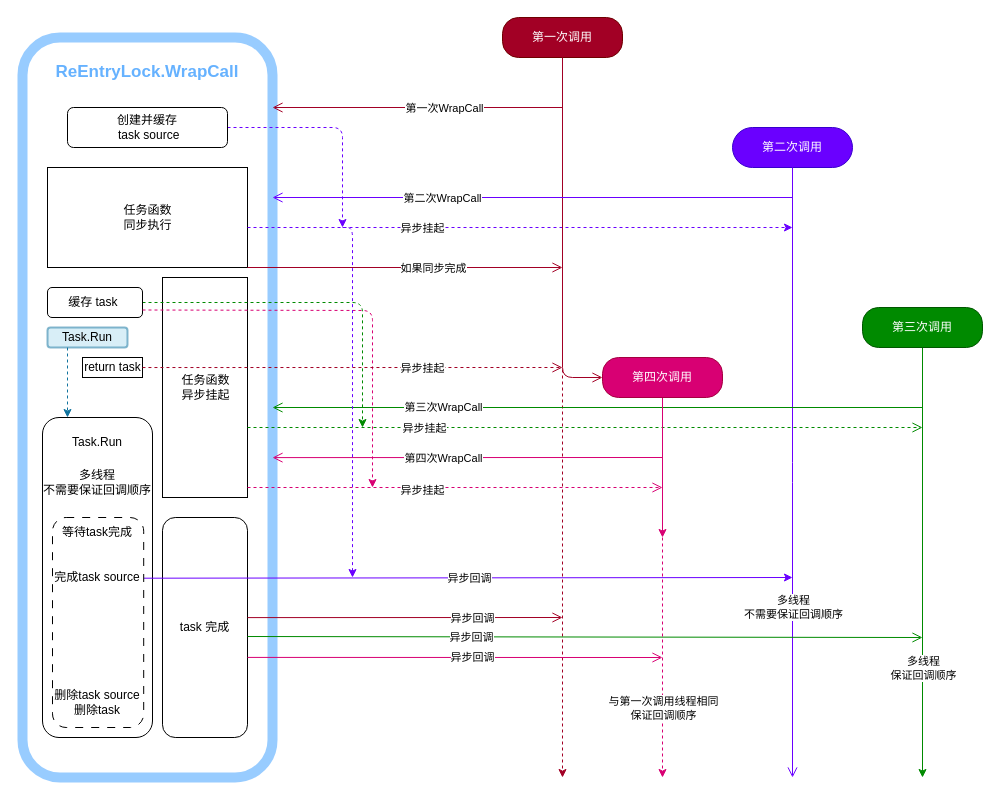
0x3f3f3f3f/Megumin.Common keeps this draw.io diagram as Runtime/ReEntryLock.drawio. Above is the earlier version. Source tidied: cells renumbered, new cells numbered last; positions are measured from the earlier drawing's top-left corner, leaving out a move shared by most shapes. Both pictures are drawn from the tidied source at 100%, with x=0, y=0 at pixel (22, 17).
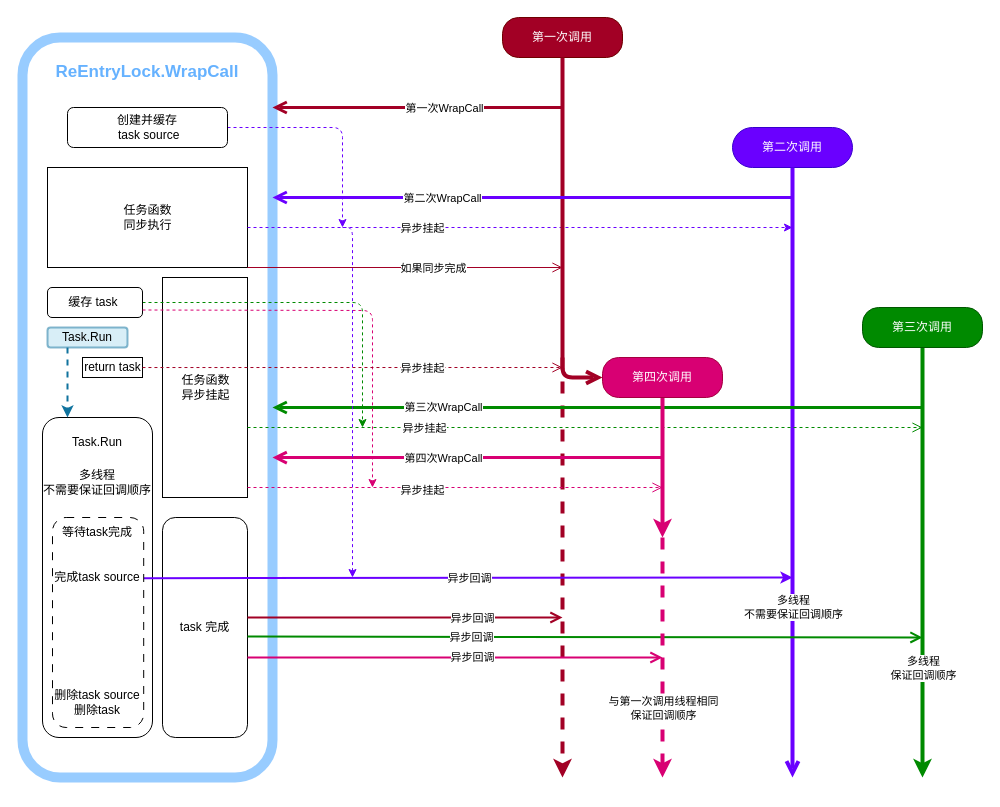
Above is the later version.

Commit message:
修正线条宽度

Unchanged cells that the change refers to:
```xml
<mxCell id="2" style="html=1;points=[];perimeter=orthogonalPerimeter;align=center;strokeWidth=10;fillColor=none;opacity=50;strokeColor=#3399FF;rounded=1;" parent="1" vertex="1">
  <mxGeometry y="20" width="250" height="740" as="geometry" />
</mxCell>
<mxCell id="14" value="task 完成" style="rounded=1;whiteSpace=wrap;html=1;" parent="1" vertex="1">
  <mxGeometry x="140" y="500" width="85" height="220" as="geometry" />
</mxCell>
<mxCell id="16" value="第一次调用" style="rounded=1;whiteSpace=wrap;html=1;arcSize=40;fontColor=#ffffff;fillColor=#a20025;strokeColor=#6F0000;" parent="1" vertex="1">
  <mxGeometry x="480" width="120" height="40" as="geometry" />
</mxCell>
<mxCell id="18" value="第二次调用" style="rounded=1;whiteSpace=wrap;html=1;arcSize=50;fontColor=#ffffff;fillColor=#6a00ff;strokeColor=#3700CC;" parent="1" vertex="1">
  <mxGeometry x="710" y="110" width="120" height="40" as="geometry" />
</mxCell>
<mxCell id="25" style="rounded=1;whiteSpace=wrap;html=1;dashed=1;dashPattern=8 8;" parent="1" vertex="1">
  <mxGeometry x="30" y="500" width="91.2" height="210" as="geometry" />
</mxCell>
<mxCell id="28" value="第三次调用" style="rounded=1;whiteSpace=wrap;html=1;arcSize=40;fontColor=#ffffff;fillColor=#008A00;strokeColor=#005700;" parent="1" vertex="1">
  <mxGeometry x="840" y="290" width="120" height="40" as="geometry" />
</mxCell>
<mxCell id="36" value="第四次调用" style="rounded=1;whiteSpace=wrap;html=1;arcSize=40;fontColor=#ffffff;fillColor=#D80073;strokeColor=#A50040;" parent="1" vertex="1">
  <mxGeometry x="580" y="340" width="120" height="40" as="geometry" />
</mxCell>
<mxCell id="56" value="Task.Run" style="rounded=1;whiteSpace=wrap;html=1;strokeWidth=2;fillColor=#b1ddf0;opacity=50;strokeColor=#10739e;" parent="1" vertex="1">
  <mxGeometry x="25" y="310" width="80" height="20" as="geometry" />
</mxCell>
```

What changed in the source:
```diff
@@
-    <mxCell id="4" style="html=1;verticalAlign=bottom;endArrow=open;fillColor=#a20025;strokeColor=#A20025;endSize=8;" parent="1" edge="1">
+    <mxCell id="4" style="html=1;verticalAlign=bottom;endArrow=open;fillColor=#a20025;strokeColor=#A20025;endSize=8;strokeWidth=3;" parent="1" edge="1">
       <mxGeometry relative="1" as="geometry">
         <mxPoint x="540" y="90" as="sourcePoint" />
         <mxPoint x="250" y="90" as="targetPoint" />
       </mxGeometry>
     </mxCell>
@@
-    <mxCell id="15" style="edgeStyle=none;html=1;dashed=1;strokeColor=#A20025;fillColor=#e51400;" parent="1" edge="1">
+    <mxCell id="15" style="edgeStyle=none;html=1;dashed=1;strokeColor=#A20025;fillColor=#e51400;strokeWidth=4;" parent="1" edge="1">
       <mxGeometry relative="1" as="geometry">
         <mxPoint x="540" y="340" as="sourcePoint" />
         <mxPoint x="540" y="760" as="targetPoint" />
       </mxGeometry>
     </mxCell>
@@
-    <mxCell id="17" style="edgeStyle=orthogonalEdgeStyle;html=1;verticalAlign=bottom;endArrow=open;endSize=8;strokeColor=#A20025;exitX=0.5;exitY=1;exitDx=0;exitDy=0;entryX=0;entryY=0.5;entryDx=0;entryDy=0;" parent="1" edge="1" source="16" target="36">
+    <mxCell id="17" style="edgeStyle=orthogonalEdgeStyle;html=1;verticalAlign=bottom;endArrow=open;endSize=8;strokeColor=#A20025;exitX=0.5;exitY=1;exitDx=0;exitDy=0;entryX=0;entryY=0.5;entryDx=0;entryDy=0;strokeWidth=4;" parent="1" edge="1" source="16" target="36">
       <mxGeometry relative="1" as="geometry" />
     </mxCell>
@@
-    <mxCell id="19" style="edgeStyle=orthogonalEdgeStyle;html=1;verticalAlign=bottom;endArrow=open;endSize=8;strokeColor=#6A00FF;exitX=0.5;exitY=1;exitDx=0;exitDy=0;fillColor=#6a00ff;" parent="1" edge="1" source="18">
+    <mxCell id="19" style="edgeStyle=orthogonalEdgeStyle;html=1;verticalAlign=bottom;endArrow=open;endSize=8;strokeColor=#6A00FF;exitX=0.5;exitY=1;exitDx=0;exitDy=0;fillColor=#6a00ff;strokeWidth=4;" parent="1" edge="1" source="18">
       <mxGeometry relative="1" as="geometry">
         <mxPoint x="770" y="760" as="targetPoint" />
       </mxGeometry>
     </mxCell>
@@
-    <mxCell id="21" style="html=1;verticalAlign=bottom;endArrow=open;fillColor=#6a00ff;strokeColor=#6A00FF;endSize=8;" parent="1" edge="1">
+    <mxCell id="21" style="html=1;verticalAlign=bottom;endArrow=open;fillColor=#6a00ff;strokeColor=#6A00FF;endSize=8;strokeWidth=3;" parent="1" edge="1">
       <mxGeometry relative="1" as="geometry">
         <mxPoint x="770" y="180" as="sourcePoint" />
         <mxPoint x="250" y="180" as="targetPoint" />
       </mxGeometry>
     </mxCell>
@@
-    <mxCell id="23" style="edgeStyle=none;html=1;strokeColor=#6A00FF;exitX=1.002;exitY=0.289;exitDx=0;exitDy=0;exitPerimeter=0;" parent="1" edge="1" source="25">
+    <mxCell id="23" style="edgeStyle=none;html=1;strokeColor=#6A00FF;exitX=1.002;exitY=0.289;exitDx=0;exitDy=0;exitPerimeter=0;strokeWidth=2;" parent="1" edge="1" source="25">
       <mxGeometry relative="1" as="geometry">
         <mxPoint x="770" y="560" as="targetPoint" />
       </mxGeometry>
     </mxCell>
@@
-    <mxCell id="26" style="edgeStyle=none;html=1;strokeColor=#008A00;fillColor=#60a917;" parent="1" edge="1" source="28">
+    <mxCell id="26" style="edgeStyle=none;html=1;strokeColor=#008A00;fillColor=#60a917;strokeWidth=4;" parent="1" edge="1" source="28">
       <mxGeometry relative="1" as="geometry">
         <mxPoint x="900" y="760" as="targetPoint" />
       </mxGeometry>
     </mxCell>
@@
-    <mxCell id="29" style="html=1;verticalAlign=bottom;endArrow=open;fillColor=#60a917;strokeColor=#008A00;endSize=8;entryX=1;entryY=0.5;entryDx=0;entryDy=0;entryPerimeter=0;" parent="1" edge="1" target="2">
+    <mxCell id="29" style="html=1;verticalAlign=bottom;endArrow=open;fillColor=#60a917;strokeColor=#008A00;endSize=8;entryX=1;entryY=0.5;entryDx=0;entryDy=0;entryPerimeter=0;strokeWidth=3;" parent="1" edge="1" target="2">
       <mxGeometry relative="1" as="geometry">
         <mxPoint x="900" y="390" as="sourcePoint" />
       </mxGeometry>
     </mxCell>
@@
-    <mxCell id="33" style="html=1;verticalAlign=bottom;endArrow=open;endSize=8;exitX=1;exitY=0.541;exitDx=0;exitDy=0;fillColor=#60a917;strokeColor=#008A00;exitPerimeter=0;" parent="1" edge="1" source="14">
+    <mxCell id="33" style="html=1;verticalAlign=bottom;endArrow=open;endSize=8;exitX=1;exitY=0.541;exitDx=0;exitDy=0;fillColor=#60a917;strokeColor=#008A00;exitPerimeter=0;strokeWidth=2;" parent="1" edge="1" source="14">
       <mxGeometry relative="1" as="geometry">
         <mxPoint x="900" y="620" as="targetPoint" />
       </mxGeometry>
     </mxCell>
@@
-    <mxCell id="35" style="edgeStyle=none;html=1;strokeColor=#D80073;fillColor=#d80073;" parent="1" edge="1" source="36">
+    <mxCell id="35" style="edgeStyle=none;html=1;strokeColor=#D80073;fillColor=#d80073;strokeWidth=4;" parent="1" edge="1" source="36">
       <mxGeometry relative="1" as="geometry">
         <mxPoint x="640" y="520" as="targetPoint" />
       </mxGeometry>
     </mxCell>
@@
-    <mxCell id="37" style="html=1;verticalAlign=bottom;endArrow=open;fillColor=#d80073;strokeColor=#D80073;endSize=8;entryX=0.997;entryY=0.507;entryDx=0;entryDy=0;entryPerimeter=0;" parent="1" edge="1">
+    <mxCell id="37" style="html=1;verticalAlign=bottom;endArrow=open;fillColor=#d80073;strokeColor=#D80073;endSize=8;entryX=0.997;entryY=0.507;entryDx=0;entryDy=0;entryPerimeter=0;strokeWidth=3;" parent="1" edge="1">
       <mxGeometry relative="1" as="geometry">
         <mxPoint x="640" y="440" as="sourcePoint" />
         <mxPoint x="250" y="440.1" as="targetPoint" />
       </mxGeometry>
     </mxCell>
@@
-    <mxCell id="42" style="edgeStyle=none;html=1;dashed=1;strokeColor=#D80073;fillColor=#d80073;" parent="1" edge="1">
+    <mxCell id="42" style="edgeStyle=none;html=1;dashed=1;strokeColor=#D80073;fillColor=#d80073;strokeWidth=4;" parent="1" edge="1">
       <mxGeometry relative="1" as="geometry">
         <mxPoint x="640" y="520" as="sourcePoint" />
         <mxPoint x="640" y="760" as="targetPoint" />
       </mxGeometry>
     </mxCell>
@@
-    <mxCell id="44" style="html=1;verticalAlign=bottom;endArrow=open;endSize=8;exitX=1;exitY=0.636;exitDx=0;exitDy=0;fillColor=#d80073;strokeColor=#D80073;exitPerimeter=0;" parent="1" edge="1" source="14">
+    <mxCell id="44" style="html=1;verticalAlign=bottom;endArrow=open;endSize=8;exitX=1;exitY=0.636;exitDx=0;exitDy=0;fillColor=#d80073;strokeColor=#D80073;exitPerimeter=0;strokeWidth=2;" parent="1" edge="1" source="14">
       <mxGeometry relative="1" as="geometry">
         <mxPoint x="640" y="640" as="targetPoint" />
       </mxGeometry>
     </mxCell>
@@
-    <mxCell id="50" style="html=1;verticalAlign=bottom;endArrow=open;endSize=8;exitX=1;exitY=0.455;exitDx=0;exitDy=0;fillColor=#60a917;strokeColor=#A20025;exitPerimeter=0;" parent="1" edge="1" source="14">
+    <mxCell id="50" style="html=1;verticalAlign=bottom;endArrow=open;endSize=8;exitX=1;exitY=0.455;exitDx=0;exitDy=0;fillColor=#60a917;strokeColor=#A20025;exitPerimeter=0;strokeWidth=2;" parent="1" edge="1" source="14">
       <mxGeometry relative="1" as="geometry">
         <mxPoint x="540" y="600" as="targetPoint" />
       </mxGeometry>
     </mxCell>
@@
-    <mxCell id="55" style="edgeStyle=none;html=1;strokeColor=#10739e;exitX=0.25;exitY=1;exitDx=0;exitDy=0;dashed=1;fillColor=#b1ddf0;" parent="1" edge="1" source="56">
+    <mxCell id="55" style="edgeStyle=none;html=1;strokeColor=#10739e;exitX=0.25;exitY=1;exitDx=0;exitDy=0;dashed=1;fillColor=#b1ddf0;strokeWidth=2;" parent="1" edge="1" source="56">
       <mxGeometry relative="1" as="geometry">
         <mxPoint x="45" y="400" as="targetPoint" />
       </mxGeometry>
     </mxCell>
```
